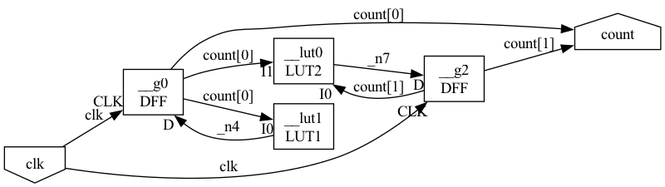
The Graphviz diagram counter.png in gokatharun/LabNeura, before a commit. Its source is kept beside it as counter.dot.
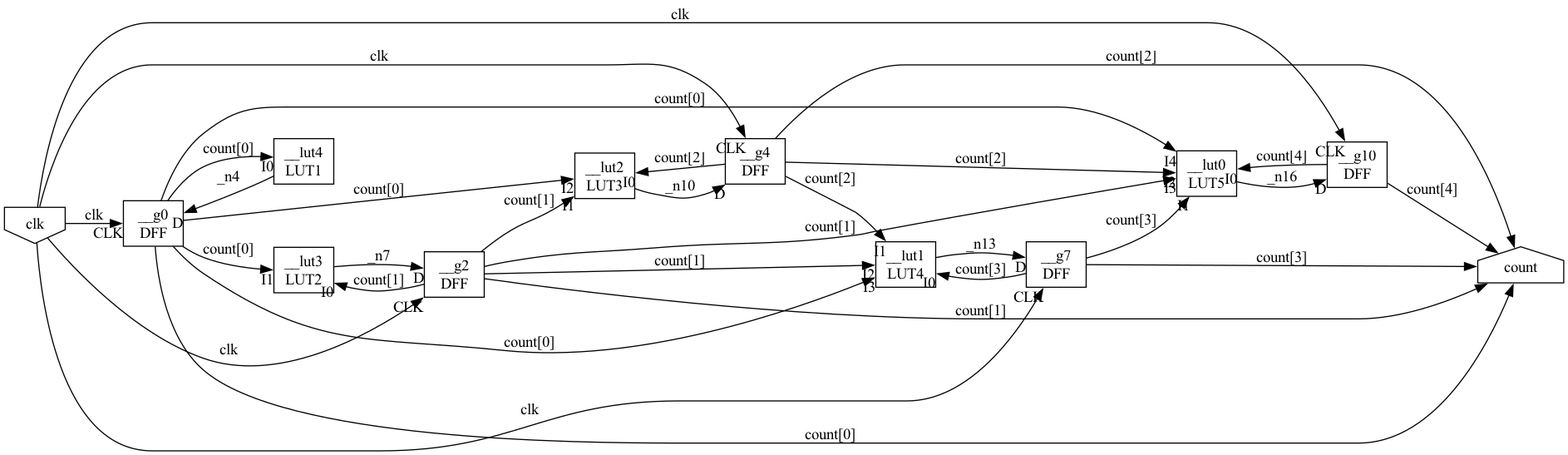
Above is the later version.

Diff of the diagram source:
```diff
@@ -4,15 +4,42 @@
   "port:count" [shape=house, label="count"];
   "__g0" [shape=box, label="__g0\nDFF"];
   "__g2" [shape=box, label="__g2\nDFF"];
-  "__lut0" [shape=box, label="__lut0\nLUT2"];
-  "__lut1" [shape=box, label="__lut1\nLUT1"];
-  "__lut1" -> "__g0" [label="_n4", headlabel="D"];
-  "__lut0" -> "__g2" [label="_n7", headlabel="D"];
+  "__g4" [shape=box, label="__g4\nDFF"];
+  "__g7" [shape=box, label="__g7\nDFF"];
+  "__g10" [shape=box, label="__g10\nDFF"];
+  "__lut0" [shape=box, label="__lut0\nLUT5"];
+  "__lut1" [shape=box, label="__lut1\nLUT4"];
+  "__lut2" [shape=box, label="__lut2\nLUT3"];
+  "__lut3" [shape=box, label="__lut3\nLUT2"];
+  "__lut4" [shape=box, label="__lut4\nLUT1"];
+  "__lut2" -> "__g4" [label="_n10", headlabel="D"];
+  "__lut1" -> "__g7" [label="_n13", headlabel="D"];
+  "__lut0" -> "__g10" [label="_n16", headlabel="D"];
+  "__lut4" -> "__g0" [label="_n4", headlabel="D"];
+  "__lut3" -> "__g2" [label="_n7", headlabel="D"];
   "port:clk" -> "__g0" [label="clk", headlabel="CLK"];
   "port:clk" -> "__g2" [label="clk", headlabel="CLK"];
+  "port:clk" -> "__g4" [label="clk", headlabel="CLK"];
+  "port:clk" -> "__g7" [label="clk", headlabel="CLK"];
+  "port:clk" -> "__g10" [label="clk", headlabel="CLK"];
   "__g0" -> "port:count" [label="count[0]", headlabel=""];
-  "__g0" -> "__lut0" [label="count[0]", headlabel="I1"];
-  "__g0" -> "__lut1" [label="count[0]", headlabel="I0"];
+  "__g0" -> "__lut0" [label="count[0]", headlabel="I4"];
+  "__g0" -> "__lut1" [label="count[0]", headlabel="I3"];
+  "__g0" -> "__lut2" [label="count[0]", headlabel="I2"];
+  "__g0" -> "__lut3" [label="count[0]", headlabel="I1"];
+  "__g0" -> "__lut4" [label="count[0]", headlabel="I0"];
   "__g2" -> "port:count" [label="count[1]", headlabel=""];
-  "__g2" -> "__lut0" [label="count[1]", headlabel="I0"];
+  "__g2" -> "__lut0" [label="count[1]", headlabel="I3"];
+  "__g2" -> "__lut1" [label="count[1]", headlabel="I2"];
+  "__g2" -> "__lut2" [label="count[1]", headlabel="I1"];
+  "__g2" -> "__lut3" [label="count[1]", headlabel="I0"];
+  "__g4" -> "port:count" [label="count[2]", headlabel=""];
+  "__g4" -> "__lut0" [label="count[2]", headlabel="I2"];
+  "__g4" -> "__lut1" [label="count[2]", headlabel="I1"];
+  "__g4" -> "__lut2" [label="count[2]", headlabel="I0"];
+  "__g7" -> "port:count" [label="count[3]", headlabel=""];
+  "__g7" -> "__lut0" [label="count[3]", headlabel="I1"];
+  "__g7" -> "__lut1" [label="count[3]", headlabel="I0"];
+  "__g10" -> "port:count" [label="count[4]", headlabel=""];
+  "__g10" -> "__lut0" [label="count[4]", headlabel="I0"];
 }
```
